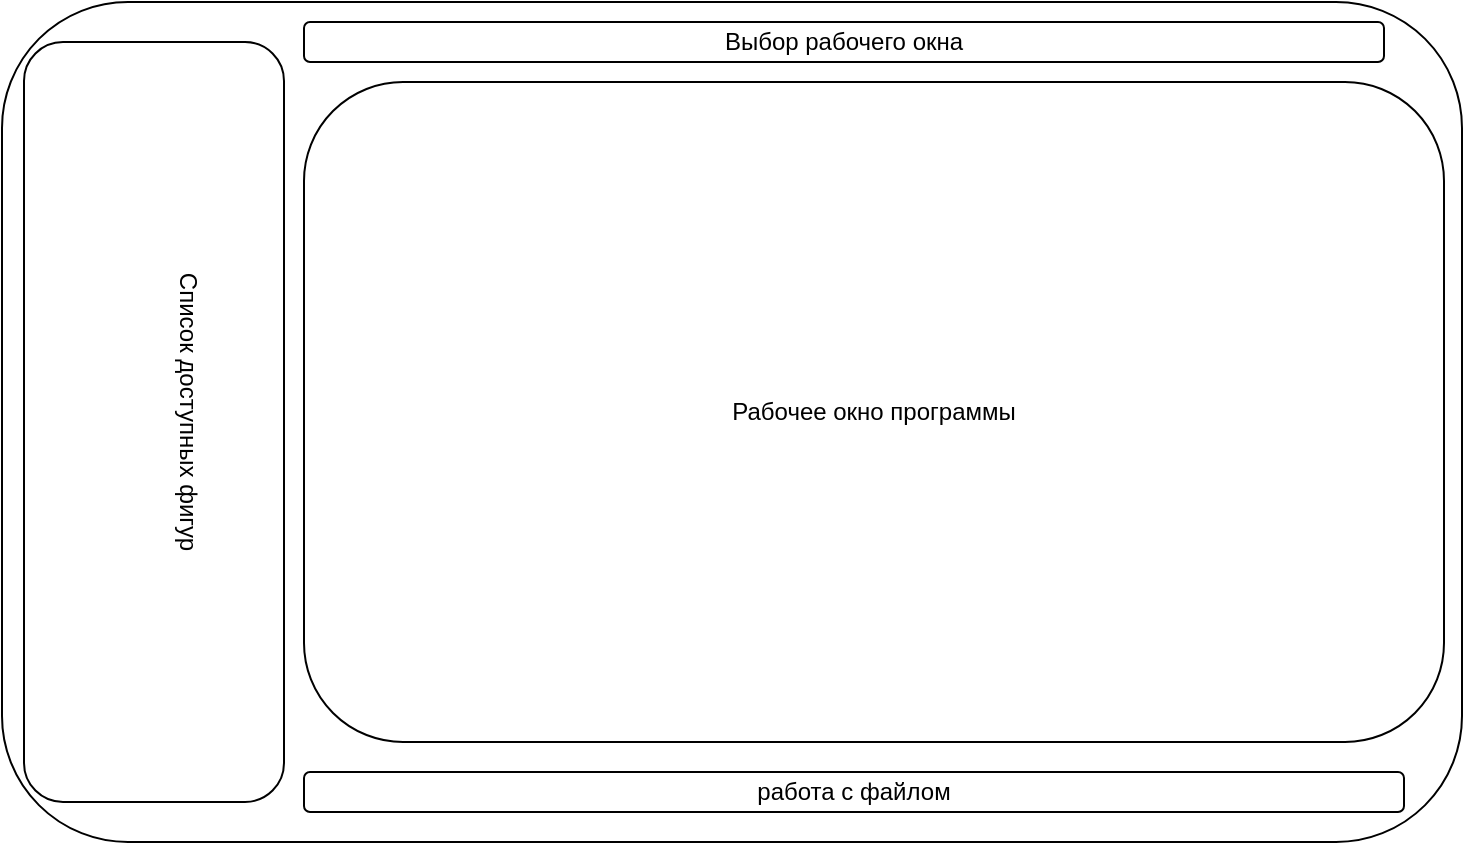
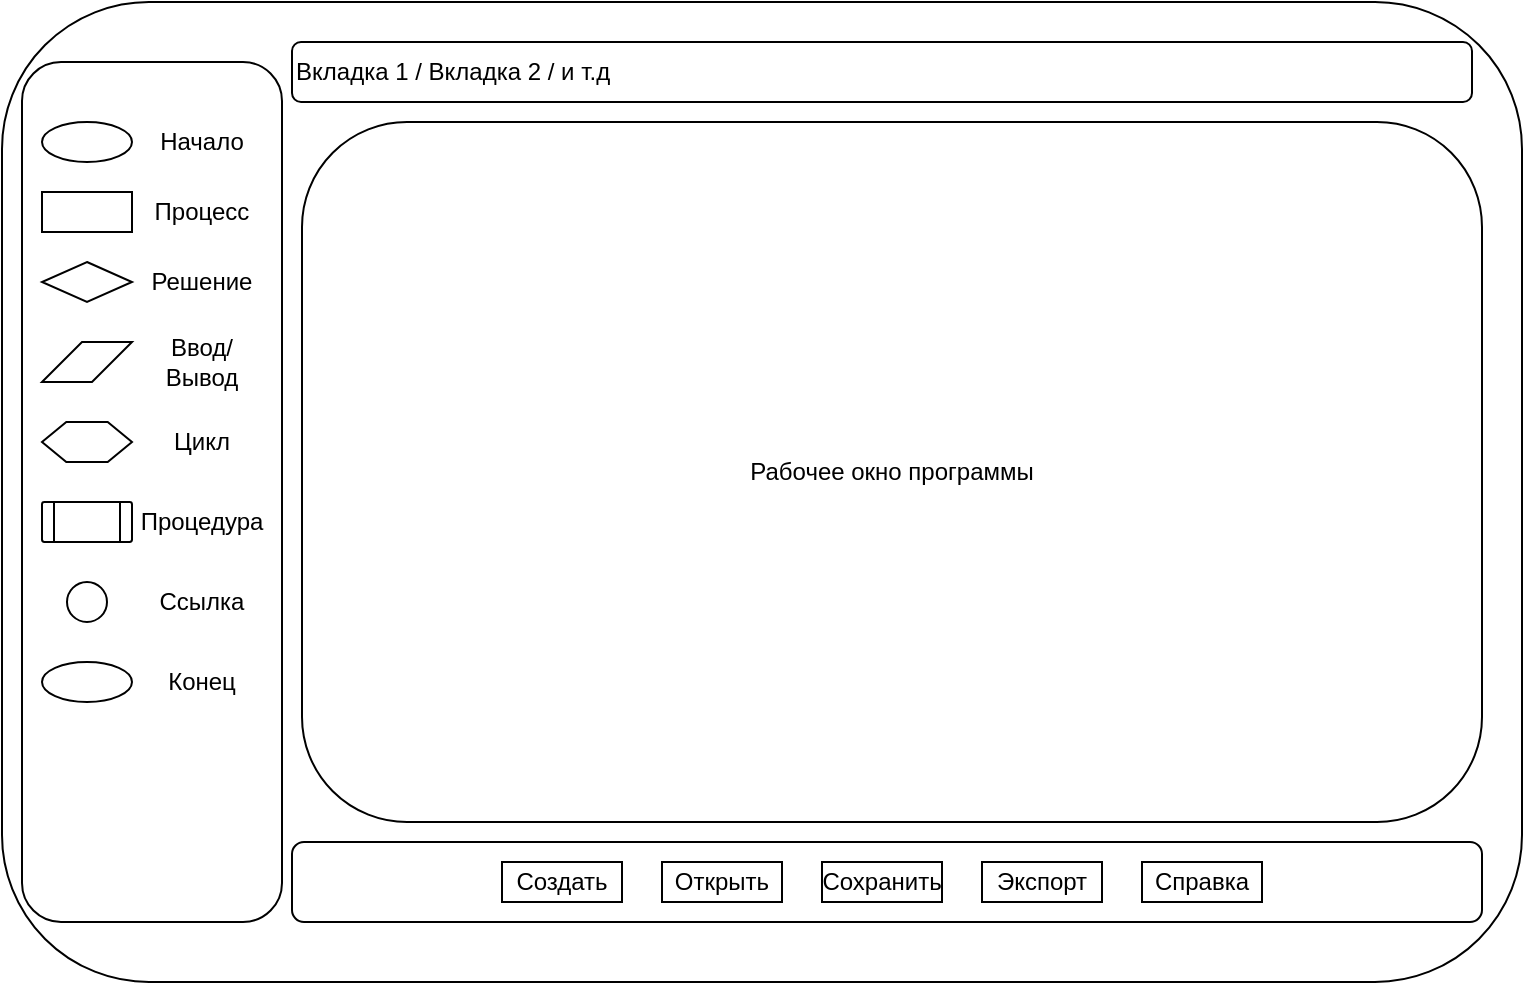
<mxfile host="Electron" agent="Mozilla/5.0 (Windows NT 10.0; Win64; x64) AppleWebKit/537.36 (KHTML, like Gecko) draw.io/29.0.3 Chrome/140.0.7339.249 Electron/38.7.0 Safari/537.36" version="29.0.3">
  <diagram name="Страница-1" id="YAdB9oiMTnuZY2_Wkgzr">
-     <mxGraphModel dx="1072" dy="687" grid="1" gridSize="10" guides="1" tooltips="1" connect="1" arrows="1" fold="1" page="1" pageScale="1" pageWidth="827" pageHeight="1169" math="0" shadow="0">
+     <mxGraphModel dx="1243" dy="797" grid="1" gridSize="10" guides="1" tooltips="1" connect="1" arrows="1" fold="1" page="1" pageScale="1" pageWidth="827" pageHeight="1169" math="0" shadow="0">
      <root>
        <mxCell id="0" />
        <mxCell id="1" parent="0" />
-         <mxCell id="BbR3MkdDzEtStNlVrisF-1" value="" style="rounded=1;whiteSpace=wrap;html=1;fillOpacity=99;" vertex="1" parent="1">
-           <mxGeometry x="49" y="200" width="730" height="420" as="geometry" />
+         <mxCell id="BbR3MkdDzEtStNlVrisF-1" value="" style="rounded=1;whiteSpace=wrap;html=1;fillOpacity=99;" parent="1" vertex="1">
+           <mxGeometry x="50" y="180" width="760" height="490" as="geometry" />
        </mxCell>
-         <mxCell id="BbR3MkdDzEtStNlVrisF-3" value="" style="rounded=1;whiteSpace=wrap;html=1;" vertex="1" parent="1">
-           <mxGeometry x="60" y="220" width="130" height="380" as="geometry" />
+         <mxCell id="BbR3MkdDzEtStNlVrisF-3" value="" style="rounded=1;whiteSpace=wrap;html=1;" parent="1" vertex="1">
+           <mxGeometry x="60" y="210" width="130" height="430" as="geometry" />
        </mxCell>
-         <mxCell id="BbR3MkdDzEtStNlVrisF-5" value="Список доступных фигур&lt;div&gt;&lt;br&gt;&lt;/div&gt;" style="text;html=1;whiteSpace=wrap;strokeColor=none;fillColor=none;align=center;verticalAlign=middle;rounded=0;rotation=90;" vertex="1" parent="1">
-           <mxGeometry x="-10" y="350" width="290" height="110" as="geometry" />
+         <mxCell id="BbR3MkdDzEtStNlVrisF-6" value="" style="rounded=1;whiteSpace=wrap;html=1;" parent="1" vertex="1">
+           <mxGeometry x="195" y="600" width="595" height="40" as="geometry" />
        </mxCell>
-         <mxCell id="BbR3MkdDzEtStNlVrisF-6" value="работа с файлом" style="rounded=1;whiteSpace=wrap;html=1;" vertex="1" parent="1">
-           <mxGeometry x="200" y="585" width="550" height="20" as="geometry" />
+         <mxCell id="BbR3MkdDzEtStNlVrisF-7" value="Вкладка 1 / Вкладка 2 / и т.д" style="rounded=1;whiteSpace=wrap;html=1;align=left;" parent="1" vertex="1">
+           <mxGeometry x="195" y="200" width="590" height="30" as="geometry" />
        </mxCell>
-         <mxCell id="BbR3MkdDzEtStNlVrisF-7" value="Выбор рабочего окна" style="rounded=1;whiteSpace=wrap;html=1;" vertex="1" parent="1">
-           <mxGeometry x="200" y="210" width="540" height="20" as="geometry" />
+         <mxCell id="BbR3MkdDzEtStNlVrisF-11" value="Рабочее окно программы" style="rounded=1;whiteSpace=wrap;html=1;" parent="1" vertex="1">
+           <mxGeometry x="200" y="240" width="590" height="350" as="geometry" />
        </mxCell>
-         <mxCell id="BbR3MkdDzEtStNlVrisF-11" value="Рабочее окно программы" style="rounded=1;whiteSpace=wrap;html=1;" vertex="1" parent="1">
-           <mxGeometry x="200" y="240" width="570" height="330" as="geometry" />
+         <mxCell id="OwZLMjWRdIBYir6xzWS7-1" value="Создать" style="rounded=0;whiteSpace=wrap;html=1;" vertex="1" parent="1">
+           <mxGeometry x="300" y="610" width="60" height="20" as="geometry" />
+         </mxCell>
+         <mxCell id="OwZLMjWRdIBYir6xzWS7-2" value="Открыть" style="rounded=0;whiteSpace=wrap;html=1;" vertex="1" parent="1">
+           <mxGeometry x="380" y="610" width="60" height="20" as="geometry" />
+         </mxCell>
+         <mxCell id="OwZLMjWRdIBYir6xzWS7-3" value="Сохранить" style="rounded=0;whiteSpace=wrap;html=1;" vertex="1" parent="1">
+           <mxGeometry x="460" y="610" width="60" height="20" as="geometry" />
+         </mxCell>
+         <mxCell id="OwZLMjWRdIBYir6xzWS7-4" value="&lt;font&gt;Экспорт&lt;/font&gt;" style="rounded=0;whiteSpace=wrap;html=1;" vertex="1" parent="1">
+           <mxGeometry x="540" y="610" width="60" height="20" as="geometry" />
+         </mxCell>
+         <mxCell id="OwZLMjWRdIBYir6xzWS7-5" value="&lt;font&gt;Справка&lt;/font&gt;" style="rounded=0;whiteSpace=wrap;html=1;" vertex="1" parent="1">
+           <mxGeometry x="620" y="610" width="60" height="20" as="geometry" />
+         </mxCell>
+         <mxCell id="OwZLMjWRdIBYir6xzWS7-7" value="" style="ellipse;whiteSpace=wrap;html=1;" vertex="1" parent="1">
+           <mxGeometry x="70" y="240" width="45" height="20" as="geometry" />
+         </mxCell>
+         <mxCell id="OwZLMjWRdIBYir6xzWS7-9" value="Начало" style="text;html=1;whiteSpace=wrap;strokeColor=none;fillColor=none;align=center;verticalAlign=middle;rounded=0;" vertex="1" parent="1">
+           <mxGeometry x="120" y="235" width="60" height="30" as="geometry" />
+         </mxCell>
+         <mxCell id="OwZLMjWRdIBYir6xzWS7-10" value="" style="rounded=0;whiteSpace=wrap;html=1;" vertex="1" parent="1">
+           <mxGeometry x="70" y="275" width="45" height="20" as="geometry" />
+         </mxCell>
+         <mxCell id="OwZLMjWRdIBYir6xzWS7-11" value="Процесс" style="text;html=1;whiteSpace=wrap;strokeColor=none;fillColor=none;align=center;verticalAlign=middle;rounded=0;" vertex="1" parent="1">
+           <mxGeometry x="120" y="270" width="60" height="30" as="geometry" />
+         </mxCell>
+         <mxCell id="OwZLMjWRdIBYir6xzWS7-12" value="" style="rhombus;whiteSpace=wrap;html=1;" vertex="1" parent="1">
+           <mxGeometry x="70" y="310" width="45" height="20" as="geometry" />
+         </mxCell>
+         <mxCell id="OwZLMjWRdIBYir6xzWS7-13" value="Решение" style="text;html=1;whiteSpace=wrap;strokeColor=none;fillColor=none;align=center;verticalAlign=middle;rounded=0;" vertex="1" parent="1">
+           <mxGeometry x="120" y="305" width="60" height="30" as="geometry" />
+         </mxCell>
+         <mxCell id="OwZLMjWRdIBYir6xzWS7-14" value="" style="shape=parallelogram;perimeter=parallelogramPerimeter;whiteSpace=wrap;html=1;fixedSize=1;" vertex="1" parent="1">
+           <mxGeometry x="70" y="350" width="45" height="20" as="geometry" />
+         </mxCell>
+         <mxCell id="OwZLMjWRdIBYir6xzWS7-15" value="Ввод/Вывод" style="text;html=1;whiteSpace=wrap;strokeColor=none;fillColor=none;align=center;verticalAlign=middle;rounded=0;" vertex="1" parent="1">
+           <mxGeometry x="120" y="345" width="60" height="30" as="geometry" />
+         </mxCell>
+         <mxCell id="OwZLMjWRdIBYir6xzWS7-17" value="" style="verticalLabelPosition=bottom;verticalAlign=top;html=1;shape=hexagon;perimeter=hexagonPerimeter2;arcSize=6;size=0.27;" vertex="1" parent="1">
+           <mxGeometry x="70" y="390" width="45" height="20" as="geometry" />
+         </mxCell>
+         <mxCell id="OwZLMjWRdIBYir6xzWS7-18" value="Цикл" style="text;html=1;whiteSpace=wrap;strokeColor=none;fillColor=none;align=center;verticalAlign=middle;rounded=0;" vertex="1" parent="1">
+           <mxGeometry x="120" y="385" width="60" height="30" as="geometry" />
+         </mxCell>
+         <mxCell id="OwZLMjWRdIBYir6xzWS7-19" value="" style="verticalLabelPosition=bottom;verticalAlign=top;html=1;shape=process;whiteSpace=wrap;rounded=1;size=0.14;arcSize=6;" vertex="1" parent="1">
+           <mxGeometry x="70" y="430" width="45" height="20" as="geometry" />
+         </mxCell>
+         <mxCell id="OwZLMjWRdIBYir6xzWS7-20" value="Процедура" style="text;html=1;whiteSpace=wrap;strokeColor=none;fillColor=none;align=center;verticalAlign=middle;rounded=0;" vertex="1" parent="1">
+           <mxGeometry x="120" y="425" width="60" height="30" as="geometry" />
+         </mxCell>
+         <mxCell id="OwZLMjWRdIBYir6xzWS7-21" value="" style="verticalLabelPosition=bottom;verticalAlign=top;html=1;shape=mxgraph.flowchart.on-page_reference;" vertex="1" parent="1">
+           <mxGeometry x="82.5" y="470" width="20" height="20" as="geometry" />
+         </mxCell>
+         <mxCell id="OwZLMjWRdIBYir6xzWS7-22" value="Ссылка" style="text;html=1;whiteSpace=wrap;strokeColor=none;fillColor=none;align=center;verticalAlign=middle;rounded=0;" vertex="1" parent="1">
+           <mxGeometry x="120" y="465" width="60" height="30" as="geometry" />
+         </mxCell>
+         <mxCell id="OwZLMjWRdIBYir6xzWS7-23" value="" style="ellipse;whiteSpace=wrap;html=1;" vertex="1" parent="1">
+           <mxGeometry x="70" y="510" width="45" height="20" as="geometry" />
+         </mxCell>
+         <mxCell id="OwZLMjWRdIBYir6xzWS7-25" value="Конец" style="text;html=1;whiteSpace=wrap;strokeColor=none;fillColor=none;align=center;verticalAlign=middle;rounded=0;" vertex="1" parent="1">
+           <mxGeometry x="120" y="505" width="60" height="30" as="geometry" />
        </mxCell>
      </root>
    </mxGraphModel>
  </diagram>
</mxfile>
